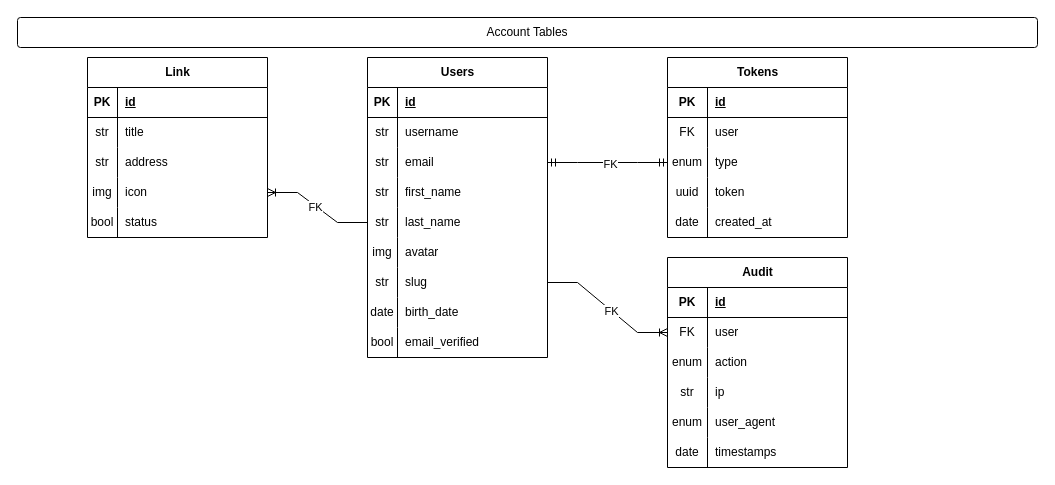
This is Database_Design.drawio from Esmat434/LinkHub, a draw.io file, before an edit. Source tidied: cells renumbered, new cells numbered last; positions are measured from the earlier drawing's top-left corner, leaving out a move shared by most shapes. Both pictures are drawn from the tidied source at 100%, with x=0, y=0 at pixel (17, 17).
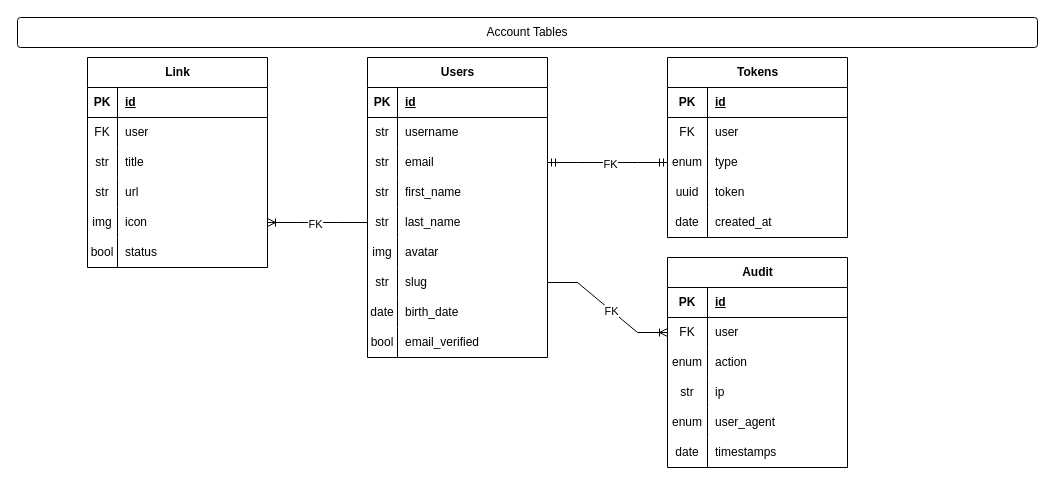
After the change.

Commit message:
fix Database_Design

The change refers to these unchanged cells:
```xml
<mxCell id="51" style="shape=tableRow;horizontal=0;startSize=0;swimlaneHead=0;swimlaneBody=0;fillColor=none;top=0;left=0;right=0;bottom=0;" parent="47" vertex="1">
  <mxGeometry y="60" width="180" height="30" as="geometry" />
</mxCell>
```

Diff of the diagram source:
```diff
@@
     <mxCell id="47" value="Link" style="shape=table;startSize=30;childLayout=tableLayout;rowLines=0;fontStyle=1;align=center;html=1;" parent="1" vertex="1">
-      <mxGeometry x="70" y="40" width="180" height="180" as="geometry" />
+      <mxGeometry x="70" y="40" width="180" height="210" as="geometry" />
     </mxCell>
@@
-    <mxCell id="52" value="str" style="shape=partialRectangle;fillColor=none;top=0;left=0;bottom=0;right=0;overflow=hidden;whiteSpace=wrap;html=1;" parent="51" vertex="1">
+    <mxCell id="52" value="FK" style="shape=partialRectangle;fillColor=none;top=0;left=0;bottom=0;right=0;overflow=hidden;whiteSpace=wrap;html=1;" parent="51" vertex="1">
       <mxGeometry width="30" height="30" as="geometry" />
     </mxCell>
-    <mxCell id="53" value="title" style="shape=partialRectangle;fillColor=none;top=0;left=0;bottom=0;right=0;align=left;spacingLeft=6;overflow=hidden;whiteSpace=wrap;html=1;" parent="51" vertex="1">
+    <mxCell id="53" value="user" style="shape=partialRectangle;fillColor=none;top=0;left=0;bottom=0;right=0;align=left;spacingLeft=6;overflow=hidden;whiteSpace=wrap;html=1;" parent="51" vertex="1">
       <mxGeometry x="30" width="150" height="30" as="geometry" />
     </mxCell>
+    <mxCell id="88" style="shape=tableRow;horizontal=0;startSize=0;swimlaneHead=0;swimlaneBody=0;fillColor=none;top=0;left=0;right=0;bottom=0;" parent="47" vertex="1">
+      <mxGeometry y="90" width="180" height="30" as="geometry" />
+    </mxCell>
+    <mxCell id="89" value="str" style="shape=partialRectangle;fillColor=none;top=0;left=0;bottom=0;right=0;overflow=hidden;whiteSpace=wrap;html=1;" parent="88" vertex="1">
+      <mxGeometry width="30" height="30" as="geometry" />
+    </mxCell>
+    <mxCell id="90" value="title" style="shape=partialRectangle;fillColor=none;top=0;left=0;bottom=0;right=0;align=left;spacingLeft=6;overflow=hidden;whiteSpace=wrap;html=1;" parent="88" vertex="1">
+      <mxGeometry x="30" width="150" height="30" as="geometry" />
+    </mxCell>
     <mxCell id="54" style="shape=tableRow;horizontal=0;startSize=0;swimlaneHead=0;swimlaneBody=0;fillColor=none;top=0;left=0;right=0;bottom=0;" parent="47" vertex="1">
-      <mxGeometry y="90" width="180" height="30" as="geometry" />
+      <mxGeometry y="120" width="180" height="30" as="geometry" />
     </mxCell>
@@
-    <mxCell id="56" value="address" style="shape=partialRectangle;fillColor=none;top=0;left=0;bottom=0;right=0;align=left;spacingLeft=6;overflow=hidden;whiteSpace=wrap;html=1;" parent="54" vertex="1">
+    <mxCell id="56" value="url" style="shape=partialRectangle;fillColor=none;top=0;left=0;bottom=0;right=0;align=left;spacingLeft=6;overflow=hidden;whiteSpace=wrap;html=1;" parent="54" vertex="1">
       <mxGeometry x="30" width="150" height="30" as="geometry" />
     </mxCell>
     <mxCell id="57" style="shape=tableRow;horizontal=0;startSize=0;swimlaneHead=0;swimlaneBody=0;fillColor=none;points=[[0,0.5],[1,0.5]];portConstraint=eastwest;top=0;left=0;right=0;bottom=0;" parent="47" vertex="1">
-      <mxGeometry y="120" width="180" height="30" as="geometry" />
+      <mxGeometry y="150" width="180" height="30" as="geometry" />
     </mxCell>
@@
     <mxCell id="60" style="shape=tableRow;horizontal=0;startSize=0;swimlaneHead=0;swimlaneBody=0;fillColor=none;top=0;left=0;right=0;bottom=0;" parent="47" vertex="1">
-      <mxGeometry y="150" width="180" height="30" as="geometry" />
+      <mxGeometry y="180" width="180" height="30" as="geometry" />
     </mxCell>
```
